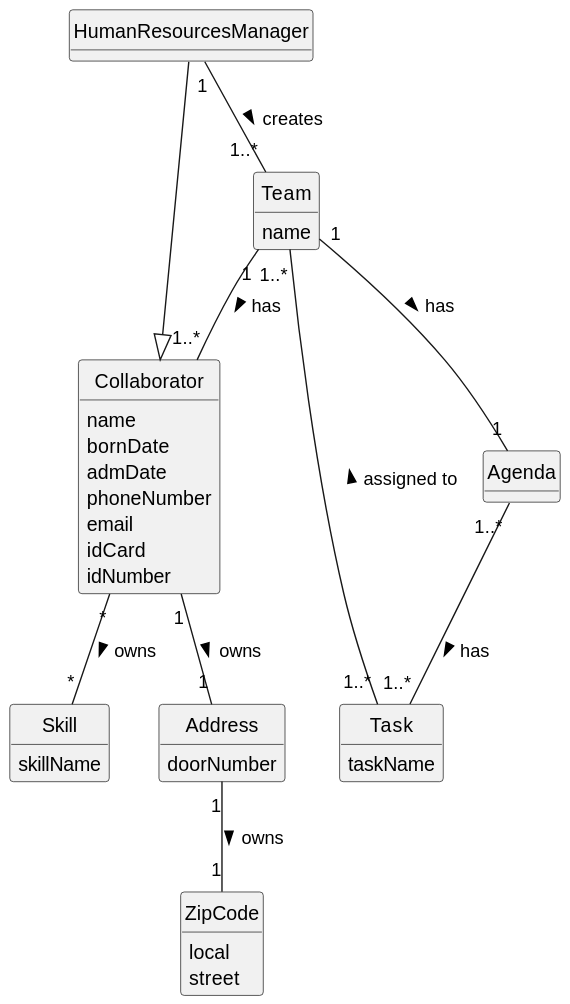
Before: docs/sprint2/us005/02.analysis/svg/us005-domain-model.svg, a diagram exported from PlantUML (1231360-ISEP/lei-24-s2-1db-g021). Its diagram source:
```plantuml
@startuml
skinparam monochrome true
skinparam packageStyle rectangle
skinparam shadowing false

skinparam classAttributeIconSize 0

hide circle
hide methods


class HumanResourcesManager {}

class Skill {
    skillName
}

class Task {
    taskName
}

class Collaborator {
    name
    bornDate
    admDate
    phoneNumber
    email
    idCard
    idNumber
}

class Address {
    doorNumber
}

class ZipCode {
    local
    street
}

class Team {
    name
}

HumanResourcesManager ---|> Collaborator
HumanResourcesManager "1" -- "1..*" Team : creates >
Collaborator "*" -- "*" Skill : owns >
Collaborator "1" -- "1" Address: owns >
Address "1" -- "1" ZipCode : owns >
Team "1" -- "1..*" Collaborator : has >
Team "1" -- "1" Agenda : has >
Task "1..*" -- "1..*" Team : assigned to >
Agenda "1..*" -- "1..*" Task : has >
@enduml
```
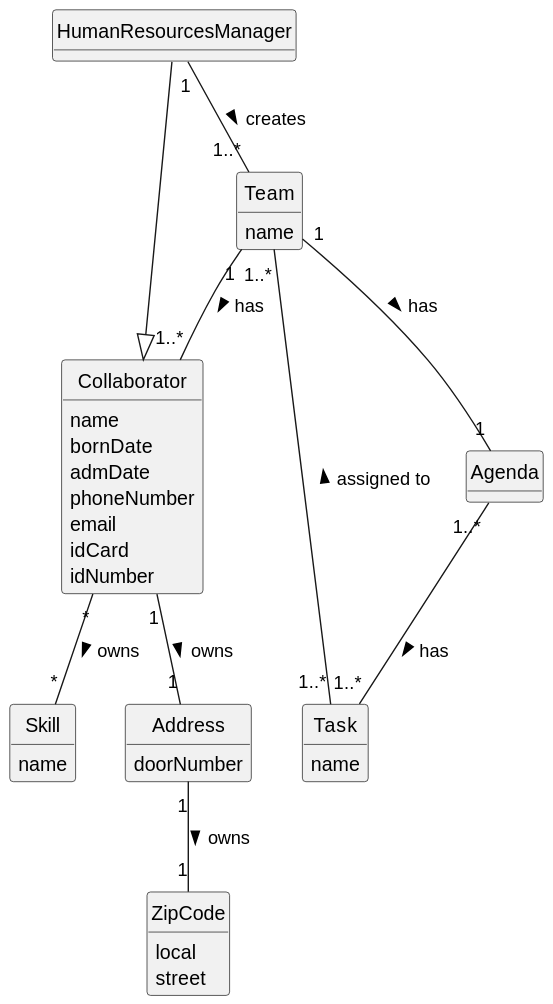
After the commit.

Diff of the diagram source:
```diff
@@ -12,11 +12,11 @@
 class HumanResourcesManager {}
 
 class Skill {
-    skillName
+    name
 }
 
 class Task {
-    taskName
+    name
 }
 
 class Collaborator {
@@ -49,6 +49,6 @@
 Address "1" -- "1" ZipCode : owns >
 Team "1" -- "1..*" Collaborator : has >
 Team "1" -- "1" Agenda : has >
+Agenda "1..*" -- "1..*" Task : has >
 Task "1..*" -- "1..*" Team : assigned to >
-Agenda "1..*" -- "1..*" Task : has >
 @enduml
```
